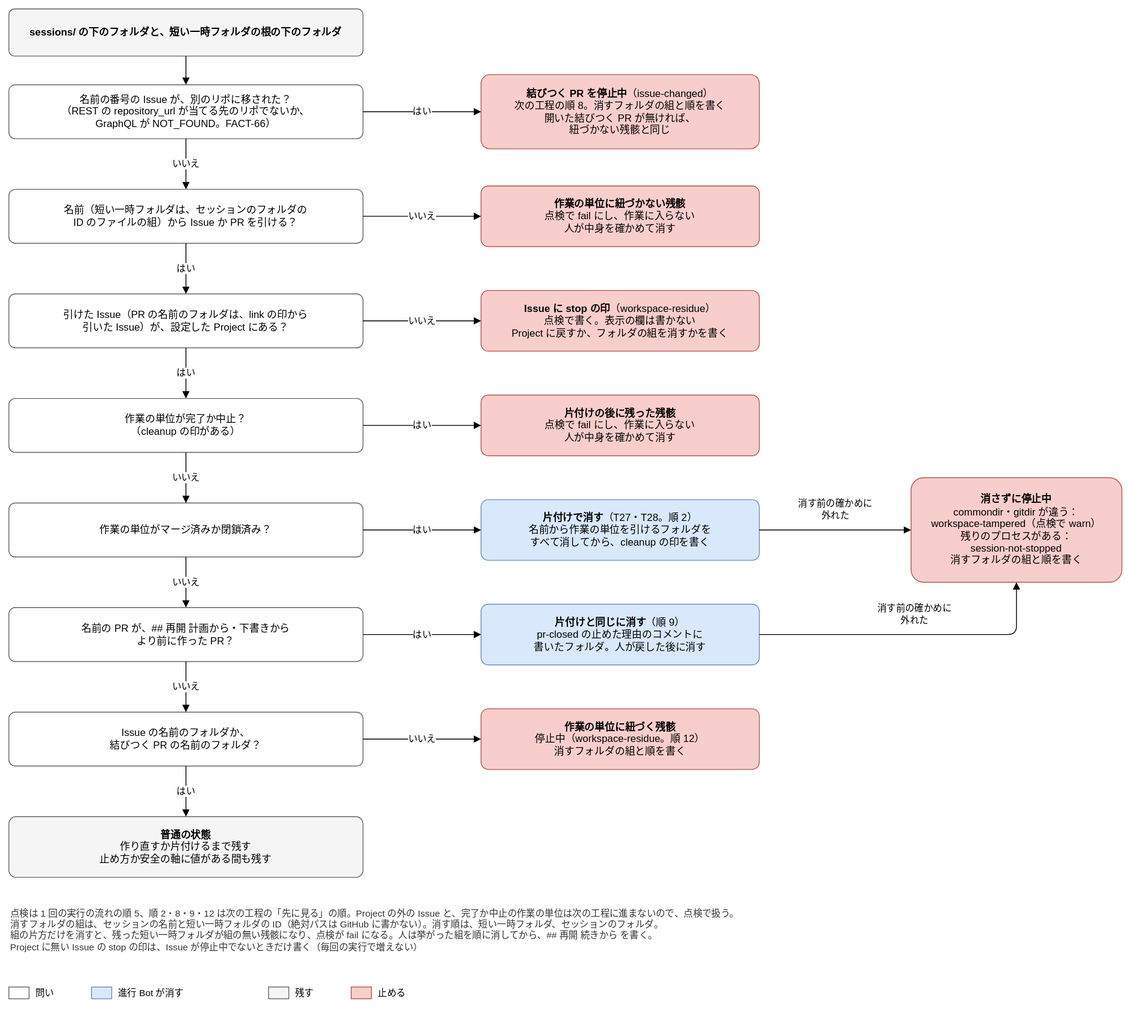
This is docs/design/basic/diagrams/02-workspace-residue.drawio.svg from Joymerrevent/dev-autopilot, a draw.io export, as it was before one commit. Source tidied: cells renumbered, new cells last; positions are measured from the earlier drawing's top-left corner, leaving out a move shared by most shapes.
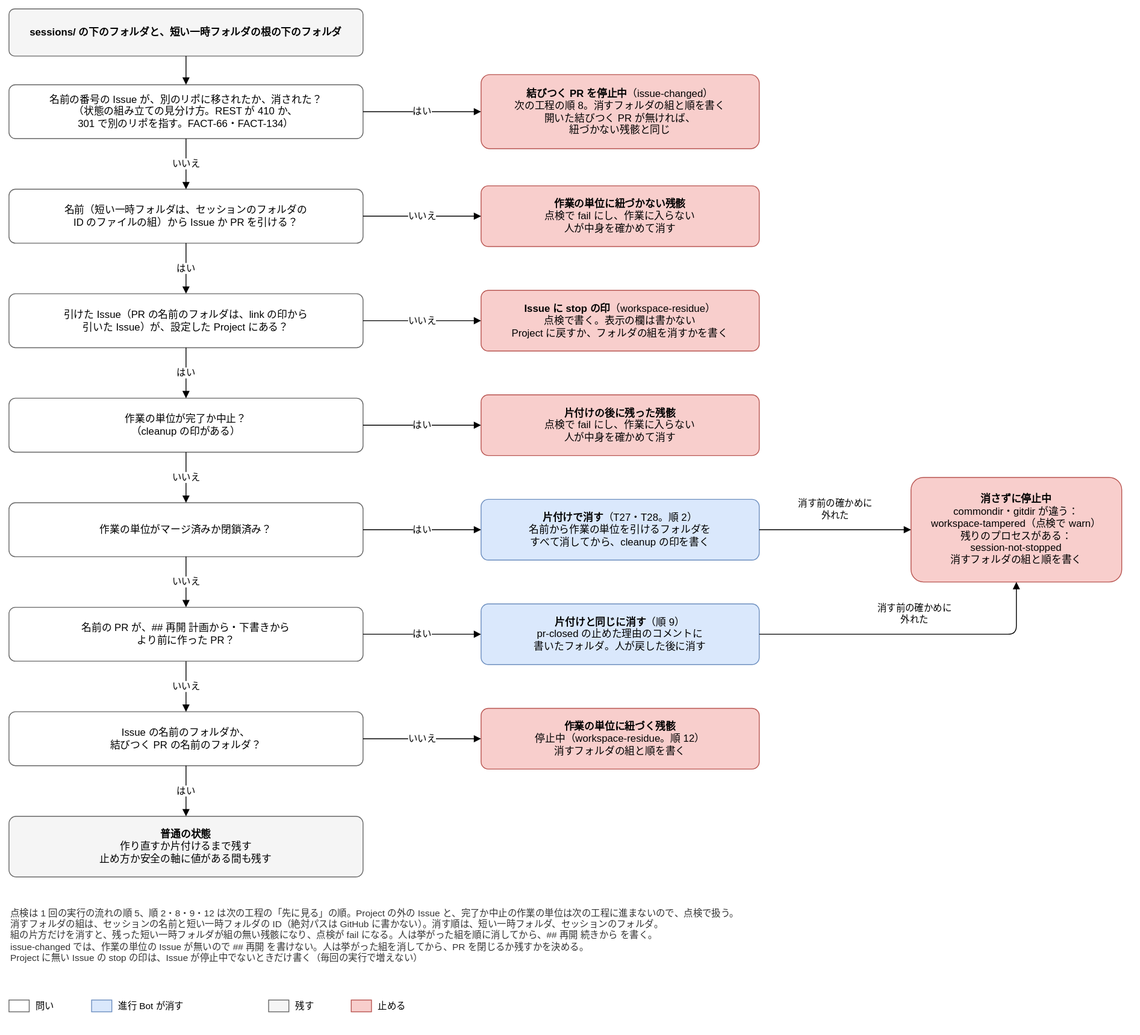
The same file after the commit.

What changed in the source:
```diff
@@ -5,7 +5,7 @@
     <mxCell id="2" value="&lt;b&gt;sessions/ の下のフォルダと、短い一時フォルダの根の下のフォルダ&lt;/b&gt;" style="rounded=1;whiteSpace=wrap;html=1;fontSize=12;arcSize=12;fillColor=#f5f5f5;strokeColor=#666666;spacing=8;" parent="1" vertex="1">
       <mxGeometry width="420" height="56" as="geometry" />
     </mxCell>
-    <mxCell id="3" value="名前の番号の Issue が、別のリポに移された？&lt;br&gt;（REST の repository_url が当てる先のリポでないか、&lt;br&gt;GraphQL が NOT_FOUND。FACT-66）" style="rounded=1;whiteSpace=wrap;html=1;fontSize=12;arcSize=12;fillColor=#ffffff;strokeColor=#666666;spacing=8;" parent="1" vertex="1">
+    <mxCell id="3" value="名前の番号の Issue が、別のリポに移されたか、消された？&lt;br&gt;（状態の組み立ての見分け方。REST が 410 か、&lt;br&gt;301 で別のリポを指す。FACT-66・FACT-134）" style="rounded=1;whiteSpace=wrap;html=1;fontSize=12;arcSize=12;fillColor=#ffffff;strokeColor=#666666;spacing=8;" parent="1" vertex="1">
       <mxGeometry y="90" width="420" height="64" as="geometry" />
     </mxCell>
     <mxCell id="4" value="名前（短い一時フォルダは、セッションのフォルダの&lt;br&gt;ID のファイルの組）から Issue か PR を引ける？" style="rounded=1;whiteSpace=wrap;html=1;fontSize=12;arcSize=12;fillColor=#ffffff;strokeColor=#666666;spacing=8;" parent="1" vertex="1">
@@ -111,32 +111,32 @@
         <mxPoint y="-24" as="offset" />
       </mxGeometry>
     </mxCell>
-    <mxCell id="36" value="点検は 1 回の実行の流れの順 5、順 2・8・9・12 は次の工程の「先に見る」の順。Project の外の Issue と、完了か中止の作業の単位は次の工程に進まないので、点検で扱う。&lt;br&gt;消すフォルダの組は、セッションの名前と短い一時フォルダの ID（絶対パスは GitHub に書かない）。消す順は、短い一時フォルダ、セッションのフォルダ。&lt;br&gt;組の片方だけを消すと、残った短い一時フォルダが組の無い残骸になり、点検が fail になる。人は挙がった組を順に消してから、## 再開 続きから を書く。&lt;br&gt;Project に無い Issue の stop の印は、Issue が停止中でないときだけ書く（毎回の実行で増えない）" style="text;html=1;whiteSpace=wrap;align=left;verticalAlign=top;fontSize=11;fontColor=#333333;" parent="1" vertex="1">
-      <mxGeometry y="1060" width="1320" height="72" as="geometry" />
+    <mxCell id="36" value="点検は 1 回の実行の流れの順 5、順 2・8・9・12 は次の工程の「先に見る」の順。Project の外の Issue と、完了か中止の作業の単位は次の工程に進まないので、点検で扱う。&lt;br&gt;消すフォルダの組は、セッションの名前と短い一時フォルダの ID（絶対パスは GitHub に書かない）。消す順は、短い一時フォルダ、セッションのフォルダ。&lt;br&gt;組の片方だけを消すと、残った短い一時フォルダが組の無い残骸になり、点検が fail になる。人は挙がった組を順に消してから、## 再開 続きから を書く。&lt;br&gt;issue-changed では、作業の単位の Issue が無いので ## 再開 を書けない。人は挙がった組を消してから、PR を閉じるか残すかを決める。&lt;br&gt;Project に無い Issue の stop の印は、Issue が停止中でないときだけ書く（毎回の実行で増えない）" style="text;html=1;whiteSpace=wrap;align=left;verticalAlign=top;fontSize=11;fontColor=#333333;" parent="1" vertex="1">
+      <mxGeometry y="1060" width="1320" height="88" as="geometry" />
     </mxCell>
     <mxCell id="37" style="rounded=0;whiteSpace=wrap;html=1;fillColor=#ffffff;strokeColor=#666666;" parent="1" vertex="1">
-      <mxGeometry y="1160" width="24" height="14" as="geometry" />
+      <mxGeometry y="1176" width="24" height="14" as="geometry" />
     </mxCell>
     <mxCell id="38" value="問い" style="text;html=1;whiteSpace=wrap;align=left;verticalAlign=middle;fontSize=11;" parent="1" vertex="1">
-      <mxGeometry x="30" y="1154" width="48" height="26" as="geometry" />
+      <mxGeometry x="30" y="1170" width="48" height="26" as="geometry" />
     </mxCell>
     <mxCell id="39" style="rounded=0;whiteSpace=wrap;html=1;fillColor=#dae8fc;strokeColor=#6c8ebf;" parent="1" vertex="1">
-      <mxGeometry x="98" y="1160" width="24" height="14" as="geometry" />
+      <mxGeometry x="98" y="1176" width="24" height="14" as="geometry" />
     </mxCell>
     <mxCell id="40" value="進行 Bot が消す" style="text;html=1;whiteSpace=wrap;align=left;verticalAlign=middle;fontSize=11;" parent="1" vertex="1">
-      <mxGeometry x="128" y="1154" width="160" height="26" as="geometry" />
+      <mxGeometry x="128" y="1170" width="160" height="26" as="geometry" />
     </mxCell>
     <mxCell id="41" style="rounded=0;whiteSpace=wrap;html=1;fillColor=#f5f5f5;strokeColor=#666666;" parent="1" vertex="1">
-      <mxGeometry x="308" y="1160" width="24" height="14" as="geometry" />
+      <mxGeometry x="308" y="1176" width="24" height="14" as="geometry" />
     </mxCell>
     <mxCell id="42" value="残す" style="text;html=1;whiteSpace=wrap;align=left;verticalAlign=middle;fontSize=11;" parent="1" vertex="1">
-      <mxGeometry x="338" y="1154" width="48" height="26" as="geometry" />
+      <mxGeometry x="338" y="1170" width="48" height="26" as="geometry" />
     </mxCell>
     <mxCell id="43" style="rounded=0;whiteSpace=wrap;html=1;fillColor=#f8cecc;strokeColor=#b85450;" parent="1" vertex="1">
-      <mxGeometry x="406" y="1160" width="24" height="14" as="geometry" />
+      <mxGeometry x="406" y="1176" width="24" height="14" as="geometry" />
     </mxCell>
     <mxCell id="44" value="止める" style="text;html=1;whiteSpace=wrap;align=left;verticalAlign=middle;fontSize=11;" parent="1" vertex="1">
-      <mxGeometry x="436" y="1154" width="62" height="26" as="geometry" />
+      <mxGeometry x="436" y="1170" width="62" height="26" as="geometry" />
     </mxCell>
   </root>
 </mxGraphModel>
```
